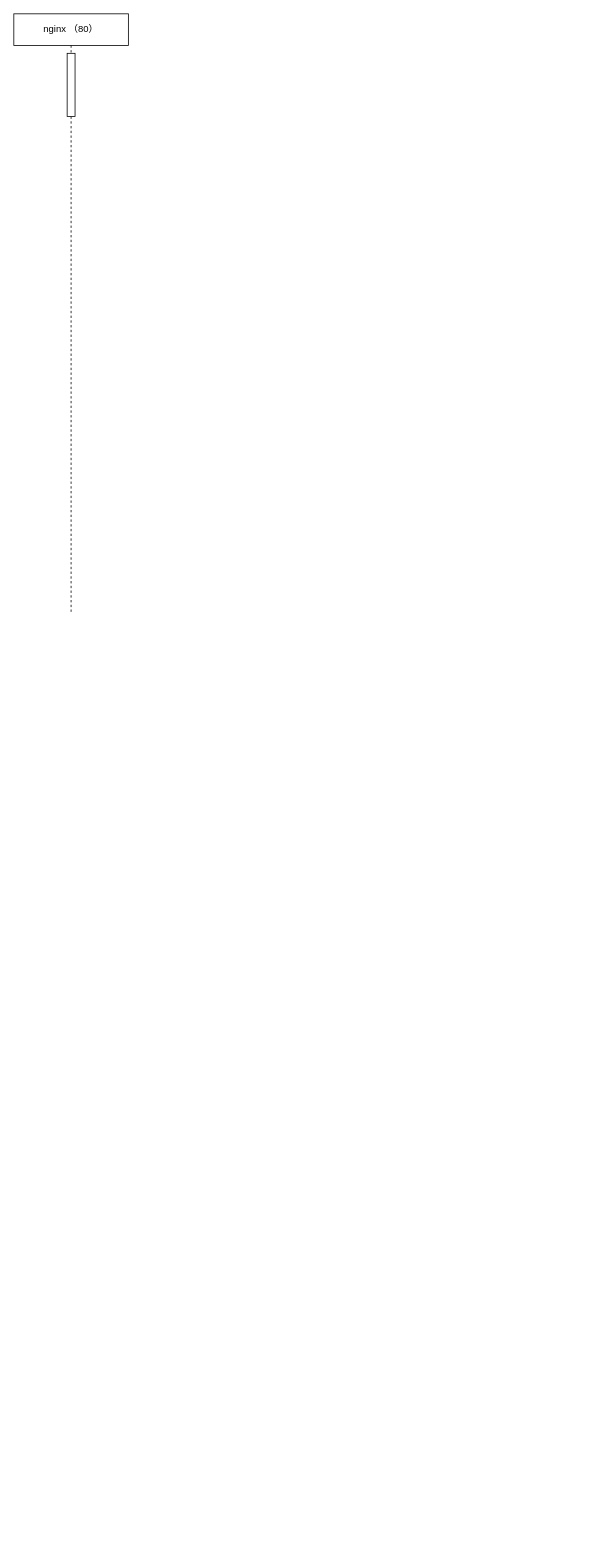
Above: default/雷池部署.drawio in liaoshengping/draw.io (draw.io), before the change. Source tidied: cells renumbered, new cells numbered last; positions are measured from the earlier drawing's top-left corner, leaving out a move shared by most shapes. Both pictures are drawn from the tidied source at 79%, with x=0, y=0 at pixel (13, 13).
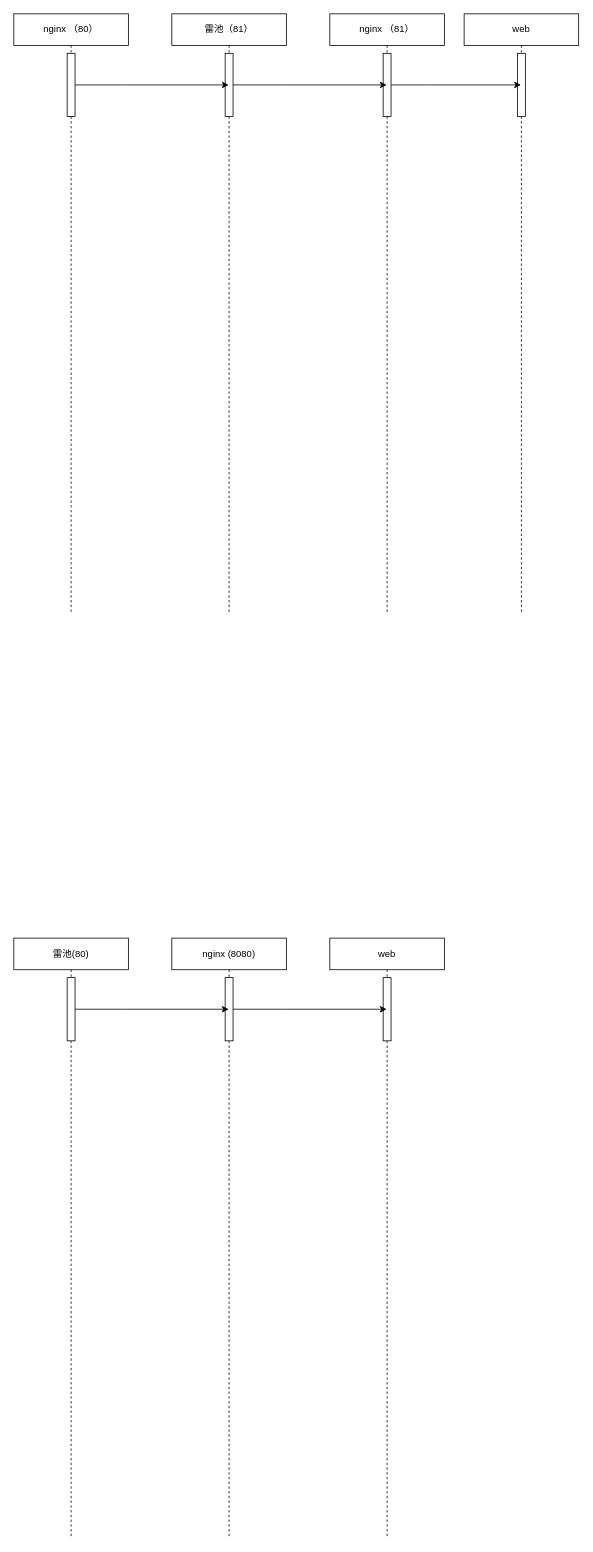
The same page after the edit.

Commit message:
更新雷池部署.drawio

The change refers to these unchanged cells:
```xml
<mxCell id="3" style="html=1;points=[];perimeter=orthogonalPerimeter;outlineConnect=0;targetShapes=umlLifeline;portConstraint=eastwest;newEdgeStyle={&quot;edgeStyle&quot;:&quot;elbowEdgeStyle&quot;,&quot;elbow&quot;:&quot;vertical&quot;,&quot;curved&quot;:0,&quot;rounded&quot;:0};" parent="2" vertex="1">
  <mxGeometry x="67.5" y="50" width="10" height="80" as="geometry" />
</mxCell>
```

What changed in the source:
```diff
@@
+    <mxCell id="4" value="雷池（81）" style="shape=umlLifeline;perimeter=lifelinePerimeter;whiteSpace=wrap;html=1;outlineConnect=0;portConstraint=eastwest;newEdgeStyle={&quot;edgeStyle&quot;:&quot;elbowEdgeStyle&quot;,&quot;elbow&quot;:&quot;vertical&quot;,&quot;curved&quot;:0,&quot;rounded&quot;:0};" parent="1" vertex="1">
+      <mxGeometry x="200" width="145" height="760" as="geometry" />
+    </mxCell>
+    <mxCell id="5" style="html=1;points=[];perimeter=orthogonalPerimeter;outlineConnect=0;targetShapes=umlLifeline;portConstraint=eastwest;newEdgeStyle={&quot;edgeStyle&quot;:&quot;elbowEdgeStyle&quot;,&quot;elbow&quot;:&quot;vertical&quot;,&quot;curved&quot;:0,&quot;rounded&quot;:0};" parent="4" vertex="1">
+      <mxGeometry x="67.5" y="50" width="10" height="80" as="geometry" />
+    </mxCell>
+    <mxCell id="6" value="nginx （81）" style="shape=umlLifeline;perimeter=lifelinePerimeter;whiteSpace=wrap;html=1;outlineConnect=0;portConstraint=eastwest;newEdgeStyle={&quot;edgeStyle&quot;:&quot;elbowEdgeStyle&quot;,&quot;elbow&quot;:&quot;vertical&quot;,&quot;curved&quot;:0,&quot;rounded&quot;:0};" parent="1" vertex="1">
+      <mxGeometry x="400" width="145" height="760" as="geometry" />
+    </mxCell>
+    <mxCell id="7" style="html=1;points=[];perimeter=orthogonalPerimeter;outlineConnect=0;targetShapes=umlLifeline;portConstraint=eastwest;newEdgeStyle={&quot;edgeStyle&quot;:&quot;elbowEdgeStyle&quot;,&quot;elbow&quot;:&quot;vertical&quot;,&quot;curved&quot;:0,&quot;rounded&quot;:0};" parent="6" vertex="1">
+      <mxGeometry x="67.5" y="50" width="10" height="80" as="geometry" />
+    </mxCell>
+    <mxCell id="8" style="edgeStyle=elbowEdgeStyle;rounded=0;jettySize=auto;html=1;elbow=vertical;curved=0;" parent="1" edge="1" source="3" target="4">
+      <mxGeometry relative="1" as="geometry" />
+    </mxCell>
+    <mxCell id="9" style="edgeStyle=elbowEdgeStyle;rounded=0;jettySize=auto;html=1;elbow=vertical;curved=0;" parent="1" edge="1" source="5" target="6">
+      <mxGeometry relative="1" as="geometry" />
+    </mxCell>
+    <mxCell id="10" value="雷池(80)" style="shape=umlLifeline;perimeter=lifelinePerimeter;whiteSpace=wrap;html=1;newEdgeStyle={&quot;edgeStyle&quot;:&quot;elbowEdgeStyle&quot;,&quot;elbow&quot;:&quot;vertical&quot;,&quot;curved&quot;:0,&quot;rounded&quot;:0};" parent="1" vertex="1">
+      <mxGeometry y="1170" width="145" height="760" as="geometry" />
+    </mxCell>
+    <mxCell id="11" style="html=1;points=[];perimeter=orthogonalPerimeter;outlineConnect=0;targetShapes=umlLifeline;portConstraint=eastwest;newEdgeStyle={&quot;edgeStyle&quot;:&quot;elbowEdgeStyle&quot;,&quot;elbow&quot;:&quot;vertical&quot;,&quot;curved&quot;:0,&quot;rounded&quot;:0};" parent="10" vertex="1">
+      <mxGeometry x="67.5" y="50" width="10" height="80" as="geometry" />
+    </mxCell>
+    <mxCell id="12" value="nginx (8080)" style="shape=umlLifeline;perimeter=lifelinePerimeter;whiteSpace=wrap;html=1;outlineConnect=0;portConstraint=eastwest;newEdgeStyle={&quot;edgeStyle&quot;:&quot;elbowEdgeStyle&quot;,&quot;elbow&quot;:&quot;vertical&quot;,&quot;curved&quot;:0,&quot;rounded&quot;:0};" parent="1" vertex="1">
+      <mxGeometry x="200" y="1170" width="145" height="760" as="geometry" />
+    </mxCell>
+    <mxCell id="13" style="html=1;points=[];perimeter=orthogonalPerimeter;outlineConnect=0;targetShapes=umlLifeline;portConstraint=eastwest;newEdgeStyle={&quot;edgeStyle&quot;:&quot;elbowEdgeStyle&quot;,&quot;elbow&quot;:&quot;vertical&quot;,&quot;curved&quot;:0,&quot;rounded&quot;:0};" parent="12" vertex="1">
+      <mxGeometry x="67.5" y="50" width="10" height="80" as="geometry" />
+    </mxCell>
+    <mxCell id="14" value="web" style="shape=umlLifeline;perimeter=lifelinePerimeter;whiteSpace=wrap;html=1;outlineConnect=0;portConstraint=eastwest;newEdgeStyle={&quot;edgeStyle&quot;:&quot;elbowEdgeStyle&quot;,&quot;elbow&quot;:&quot;vertical&quot;,&quot;curved&quot;:0,&quot;rounded&quot;:0};" parent="1" vertex="1">
+      <mxGeometry x="400" y="1170" width="145" height="760" as="geometry" />
+    </mxCell>
+    <mxCell id="15" style="html=1;perimeter=orthogonalPerimeter;targetShapes=umlLifeline;newEdgeStyle={&quot;edgeStyle&quot;:&quot;elbowEdgeStyle&quot;,&quot;elbow&quot;:&quot;vertical&quot;,&quot;curved&quot;:0,&quot;rounded&quot;:0};" parent="14" vertex="1">
+      <mxGeometry x="67.5" y="50" width="10" height="80" as="geometry" />
+    </mxCell>
+    <mxCell id="16" style="edgeStyle=elbowEdgeStyle;rounded=0;jettySize=auto;html=1;elbow=vertical;curved=0;" parent="1" edge="1" source="11" target="12">
+      <mxGeometry relative="1" as="geometry" />
+    </mxCell>
+    <mxCell id="17" style="edgeStyle=elbowEdgeStyle;rounded=0;jettySize=auto;html=1;elbow=vertical;curved=0;" parent="1" edge="1" source="13" target="14">
+      <mxGeometry relative="1" as="geometry" />
+    </mxCell>
+    <mxCell id="18" value="web" style="shape=umlLifeline;perimeter=lifelinePerimeter;whiteSpace=wrap;html=1;outlineConnect=0;portConstraint=eastwest;newEdgeStyle={&quot;edgeStyle&quot;:&quot;elbowEdgeStyle&quot;,&quot;elbow&quot;:&quot;vertical&quot;,&quot;curved&quot;:0,&quot;rounded&quot;:0};" parent="1" vertex="1">
+      <mxGeometry x="570" width="145" height="760" as="geometry" />
+    </mxCell>
+    <mxCell id="19" style="html=1;perimeter=orthogonalPerimeter;targetShapes=umlLifeline;newEdgeStyle={&quot;edgeStyle&quot;:&quot;elbowEdgeStyle&quot;,&quot;elbow&quot;:&quot;vertical&quot;,&quot;curved&quot;:0,&quot;rounded&quot;:0};" parent="18" vertex="1">
+      <mxGeometry x="67.5" y="50" width="10" height="80" as="geometry" />
+    </mxCell>
+    <mxCell id="20" style="edgeStyle=elbowEdgeStyle;rounded=0;jettySize=auto;html=1;elbow=vertical;curved=0;" parent="1" edge="1" source="7" target="18">
+      <mxGeometry relative="1" as="geometry" />
+    </mxCell>
```
